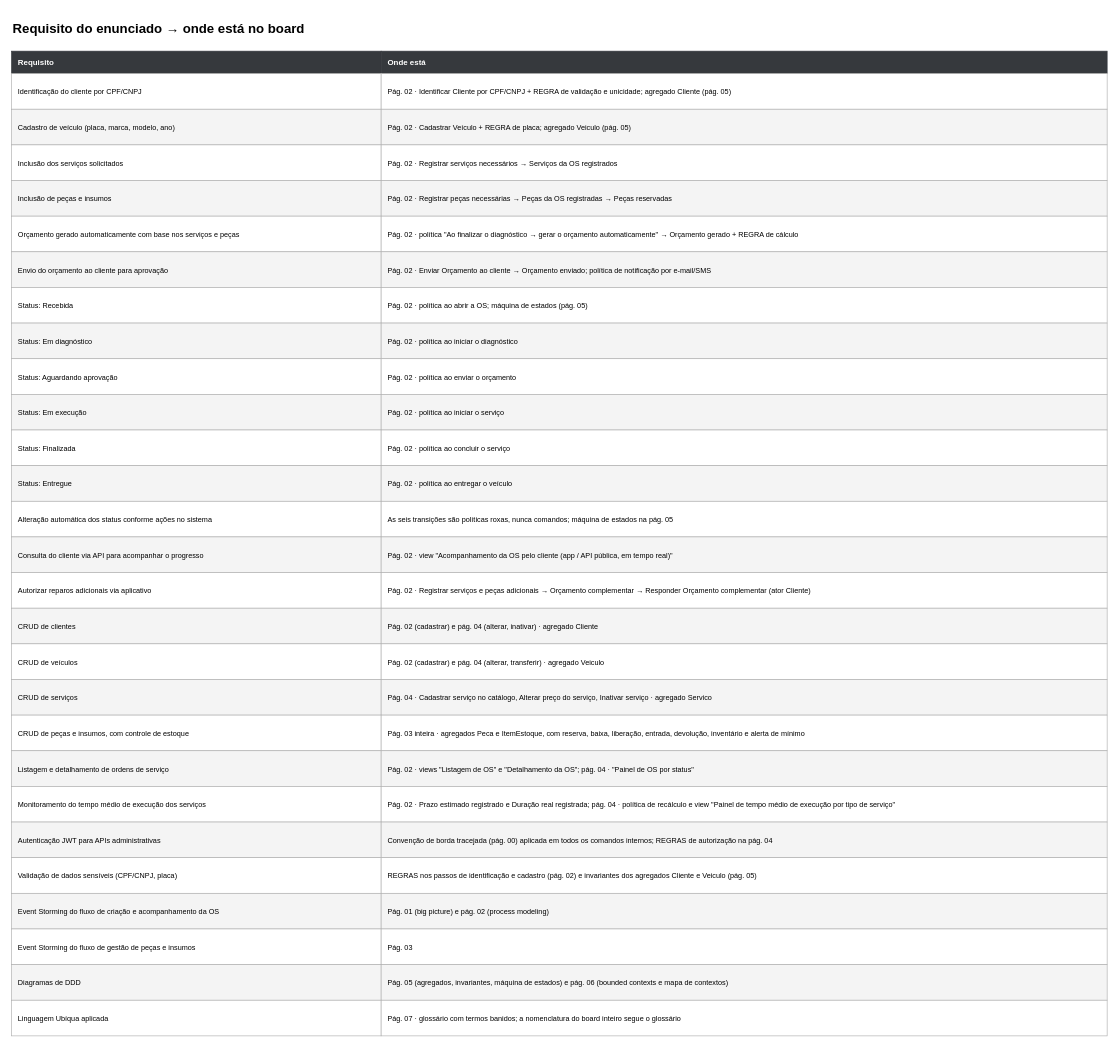
This is page "09 - Rastreabilidade dos requisitos" (10 of 10) of Docs/Oficina_EventStorming_v2.drawio from mtpvieira/OficinaDigital, a draw.io file, before an edit. Source tidied: cells renumbered, new cells numbered last; positions are measured from the earlier drawing's top-left corner, leaving out a move shared by most shapes. Both pictures are drawn from the tidied source at 66%, with x=0, y=0 at pixel (11, 11).
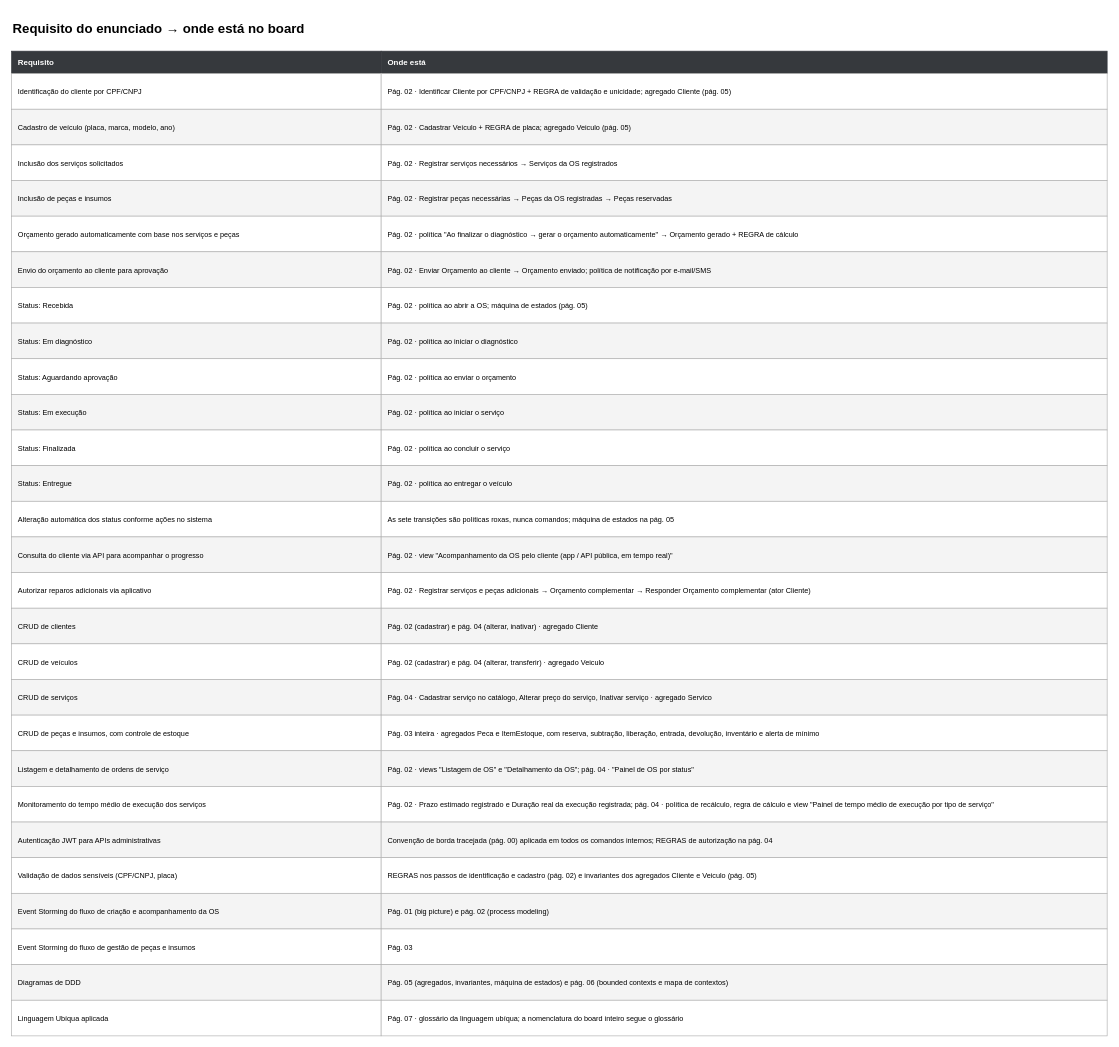
After the change.

The edit, as a diff of the source:
```diff
@@
-    <mxCell id="30" value="As seis transições são políticas roxas, nunca comandos; máquina de estados na pág. 05" style="whiteSpace=wrap;html=1;fillColor=#ffffff;fontSize=11;align=left;verticalAlign=middle;spacingLeft=8;spacingTop=2;strokeColor=#b0b0b0;" parent="1" vertex="1">
+    <mxCell id="30" value="As sete transições são políticas roxas, nunca comandos; máquina de estados na pág. 05" style="whiteSpace=wrap;html=1;fillColor=#ffffff;fontSize=11;align=left;verticalAlign=middle;spacingLeft=8;spacingTop=2;strokeColor=#b0b0b0;" parent="1" vertex="1">
       <mxGeometry x="560" y="742" width="1100" height="54" as="geometry" />
     </mxCell>
@@
-    <mxCell id="42" value="Pág. 03 inteira · agregados Peca e ItemEstoque, com reserva, baixa, liberação, entrada, devolução, inventário e alerta de mínimo" style="whiteSpace=wrap;html=1;fillColor=#ffffff;fontSize=11;align=left;verticalAlign=middle;spacingLeft=8;spacingTop=2;strokeColor=#b0b0b0;" parent="1" vertex="1">
+    <mxCell id="42" value="Pág. 03 inteira · agregados Peca e ItemEstoque, com reserva, subtração, liberação, entrada, devolução, inventário e alerta de mínimo" style="whiteSpace=wrap;html=1;fillColor=#ffffff;fontSize=11;align=left;verticalAlign=middle;spacingLeft=8;spacingTop=2;strokeColor=#b0b0b0;" parent="1" vertex="1">
       <mxGeometry x="560" y="1066" width="1100" height="54" as="geometry" />
     </mxCell>
@@
-    <mxCell id="46" value="Pág. 02 · Prazo estimado registrado e Duração real registrada; pág. 04 · política de recálculo e view &quot;Painel de tempo médio de execução por tipo de serviço&quot;" style="whiteSpace=wrap;html=1;fillColor=#ffffff;fontSize=11;align=left;verticalAlign=middle;spacingLeft=8;spacingTop=2;strokeColor=#b0b0b0;" parent="1" vertex="1">
+    <mxCell id="46" value="Pág. 02 · Prazo estimado registrado e Duração real da execução registrada; pág. 04 · política de recálculo, regra de cálculo e view &quot;Painel de tempo médio de execução por tipo de serviço&quot;" style="whiteSpace=wrap;html=1;fillColor=#ffffff;fontSize=11;align=left;verticalAlign=middle;spacingLeft=8;spacingTop=2;strokeColor=#b0b0b0;" parent="1" vertex="1">
       <mxGeometry x="560" y="1174" width="1100" height="54" as="geometry" />
     </mxCell>
@@
-    <mxCell id="58" value="Pág. 07 · glossário com termos banidos; a nomenclatura do board inteiro segue o glossário" style="whiteSpace=wrap;html=1;fillColor=#ffffff;fontSize=11;align=left;verticalAlign=middle;spacingLeft=8;spacingTop=2;strokeColor=#b0b0b0;" parent="1" vertex="1">
+    <mxCell id="58" value="Pág. 07 · glossário da linguagem ubíqua; a nomenclatura do board inteiro segue o glossário" style="whiteSpace=wrap;html=1;fillColor=#ffffff;fontSize=11;align=left;verticalAlign=middle;spacingLeft=8;spacingTop=2;strokeColor=#b0b0b0;" parent="1" vertex="1">
       <mxGeometry x="560" y="1498" width="1100" height="54" as="geometry" />
     </mxCell>
```
